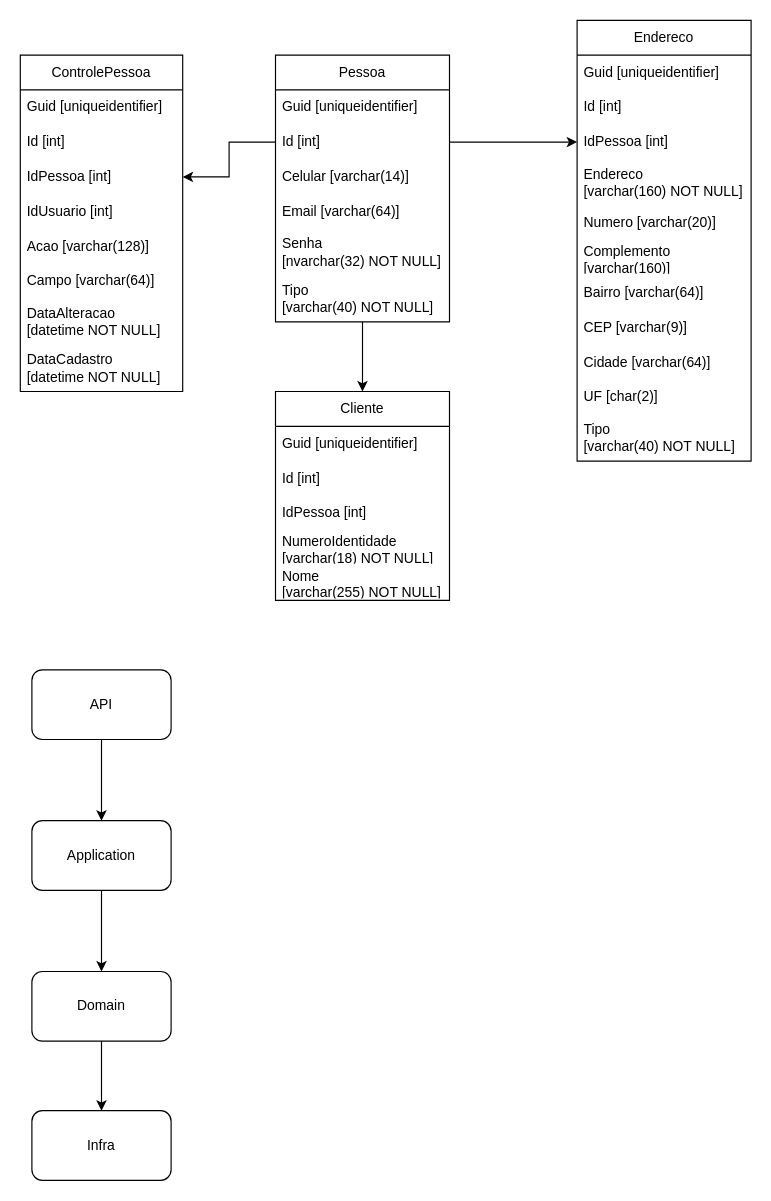
The draw.io diagram Diagrams/Tables Diagram.drawio in Gabriel2Mello/Ecommerce-with-CSharp, before the edit. Source tidied: cells renumbered, new cells numbered last; positions are measured from the earlier drawing's top-left corner, leaving out a move shared by most shapes. Both pictures are drawn from the tidied source at 116%, with x=0, y=0 at pixel (20, 20).
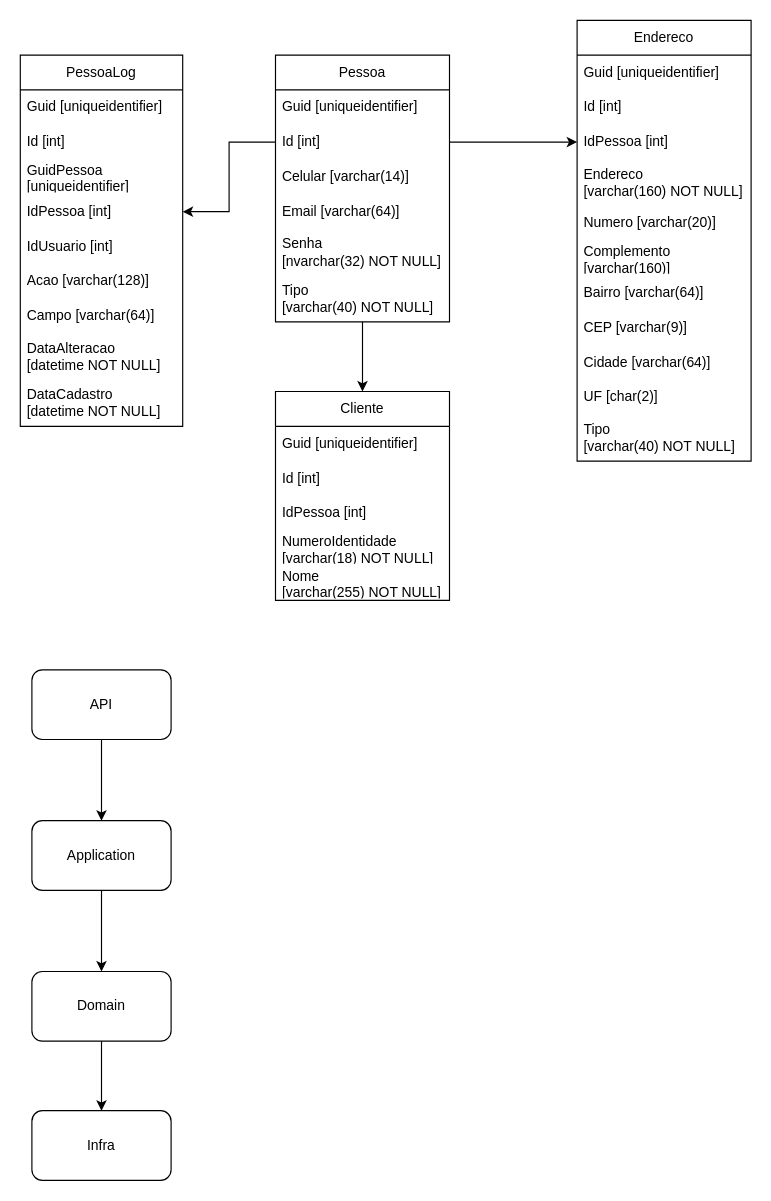
The same diagram, later.

What changed in the source:
```diff
@@
-    <mxCell id="28" value="ControlePessoa" style="swimlane;fontStyle=0;horizontal=1;startSize=30;whiteSpace=wrap;html=1;" parent="1" vertex="1">
-      <mxGeometry y="30" width="140" height="290" as="geometry" />
+    <mxCell id="28" value="PessoaLog" style="swimlane;fontStyle=0;horizontal=1;startSize=30;whiteSpace=wrap;html=1;" parent="1" vertex="1">
+      <mxGeometry y="30" width="140" height="320" as="geometry" />
     </mxCell>
@@
+    <mxCell id="46" value="GuidPessoa [uniqueidentifier]" style="text;strokeColor=none;fillColor=none;align=left;verticalAlign=middle;spacingLeft=4;spacingRight=4;overflow=hidden;whiteSpace=wrap;html=1;" parent="28" vertex="1">
+      <mxGeometry y="90" width="140" height="30" as="geometry" />
+    </mxCell>
     <mxCell id="31" value="IdPessoa [int]" style="text;strokeColor=none;fillColor=none;align=left;verticalAlign=middle;spacingLeft=4;spacingRight=4;overflow=hidden;points=[[0,0.5],[1,0.5]];portConstraint=eastwest;whiteSpace=wrap;html=1;" parent="28" vertex="1">
-      <mxGeometry y="90" width="140" height="30" as="geometry" />
+      <mxGeometry y="120" width="140" height="30" as="geometry" />
     </mxCell>
     <mxCell id="32" value="IdUsuario [int]" style="text;strokeColor=none;fillColor=none;align=left;verticalAlign=middle;spacingLeft=4;spacingRight=4;overflow=hidden;whiteSpace=wrap;html=1;" parent="28" vertex="1">
-      <mxGeometry y="120" width="140" height="30" as="geometry" />
+      <mxGeometry y="150" width="140" height="30" as="geometry" />
     </mxCell>
     <mxCell id="33" value="Acao [varchar(128)]" style="text;strokeColor=none;fillColor=none;align=left;verticalAlign=middle;spacingLeft=4;spacingRight=4;overflow=hidden;whiteSpace=wrap;html=1;" parent="28" vertex="1">
-      <mxGeometry y="150" width="140" height="30" as="geometry" />
+      <mxGeometry y="180" width="140" height="30" as="geometry" />
     </mxCell>
     <mxCell id="34" value="Campo [varchar(64)]" style="text;strokeColor=none;fillColor=none;align=left;verticalAlign=middle;spacingLeft=4;spacingRight=4;overflow=hidden;whiteSpace=wrap;html=1;" parent="28" vertex="1">
-      <mxGeometry y="180" width="140" height="30" as="geometry" />
+      <mxGeometry y="210" width="140" height="30" as="geometry" />
     </mxCell>
     <mxCell id="35" value="DataAlteracao &lt;br&gt;[datetime NOT NULL]" style="text;strokeColor=none;fillColor=none;align=left;verticalAlign=middle;spacingLeft=4;spacingRight=4;overflow=hidden;whiteSpace=wrap;html=1;" parent="28" vertex="1">
-      <mxGeometry y="210" width="140" height="40" as="geometry" />
+      <mxGeometry y="240" width="140" height="40" as="geometry" />
     </mxCell>
     <mxCell id="36" value="DataCadastro &lt;br&gt;[datetime NOT NULL]" style="text;strokeColor=none;fillColor=none;align=left;verticalAlign=middle;spacingLeft=4;spacingRight=4;overflow=hidden;whiteSpace=wrap;html=1;" parent="28" vertex="1">
-      <mxGeometry y="250" width="140" height="40" as="geometry" />
+      <mxGeometry y="280" width="140" height="40" as="geometry" />
     </mxCell>
```
